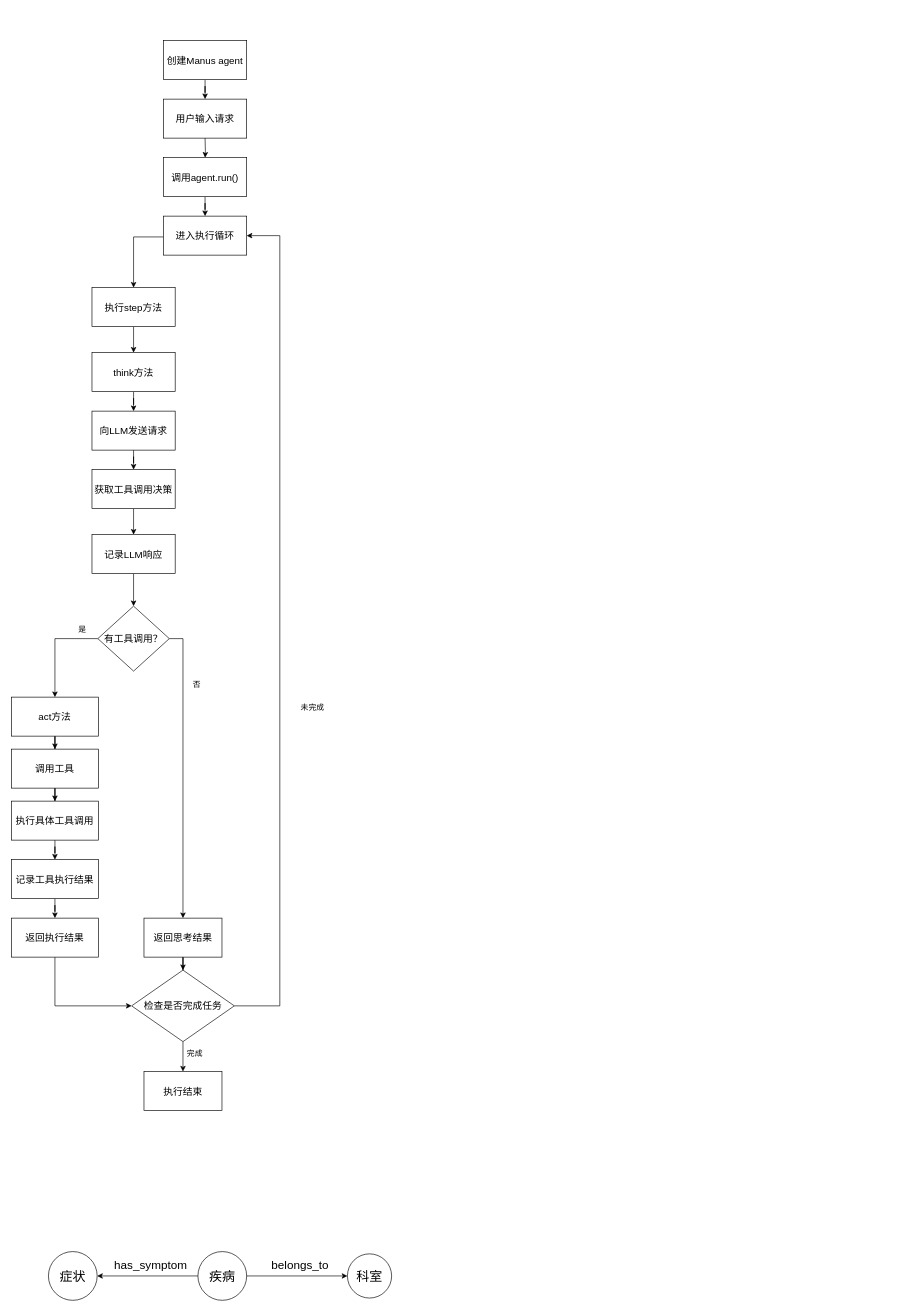
SongyuanC/supermall keeps this draw.io diagram as OpenManus.drawio. Above is the earlier version. Source tidied: cells renumbered, new cells numbered last; positions are measured from the earlier drawing's top-left corner, leaving out a move shared by most shapes. Both pictures are drawn from the tidied source at 65%, with x=0, y=0 at pixel (11, 40).
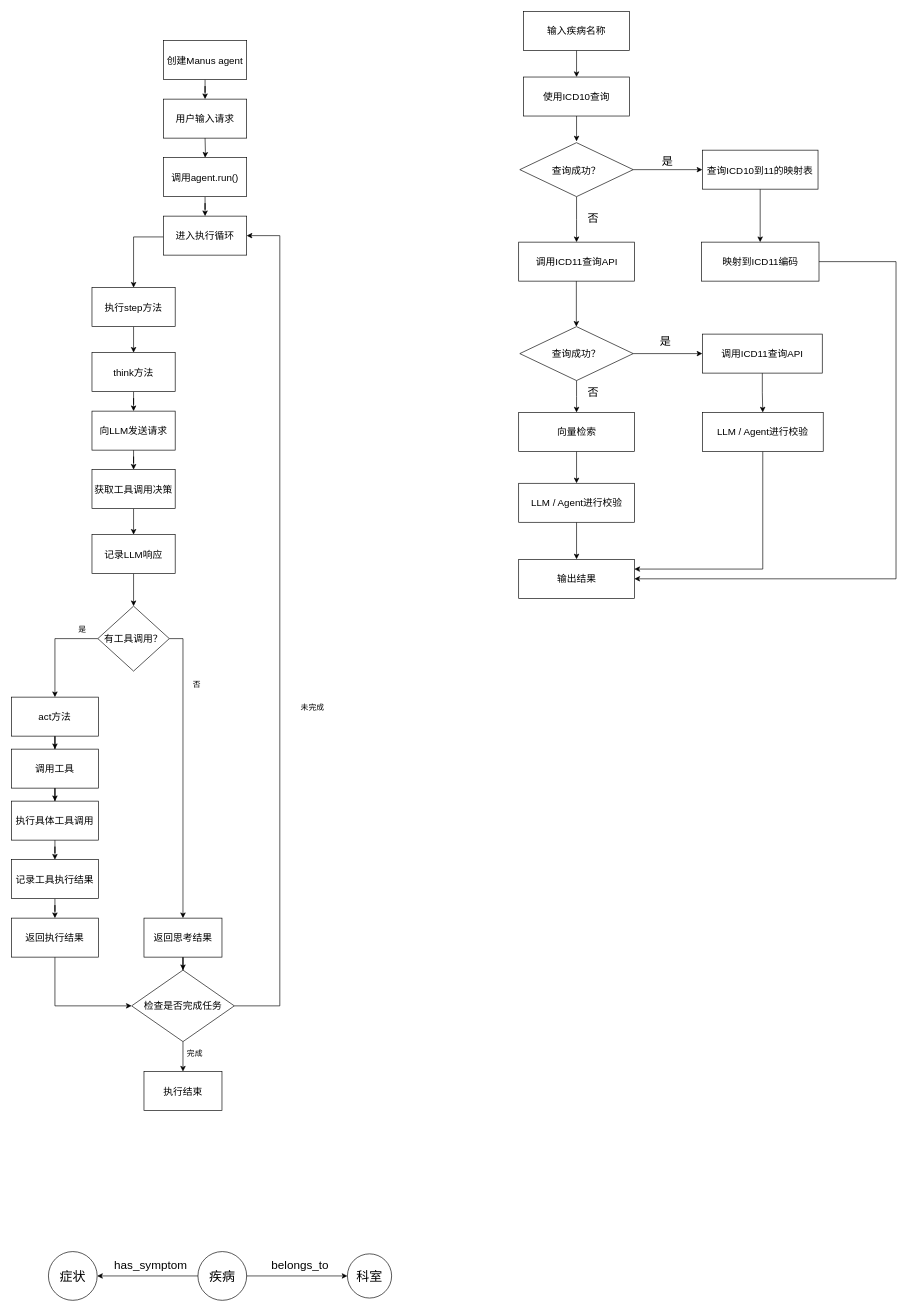
The same page after the edit.

What changed in the source:
```diff
@@
+    <mxCell id="50" style="edgeStyle=orthogonalEdgeStyle;rounded=0;jettySize=auto;html=1;" parent="1" edge="1" source="51">
+      <mxGeometry relative="1" as="geometry">
+        <mxPoint x="869.5" y="155" as="targetPoint" />
+      </mxGeometry>
+    </mxCell>
+    <mxCell id="51" value="使用ICD10查询" style="rounded=0;whiteSpace=wrap;html=1;fontSize=15;" parent="1" vertex="1">
+      <mxGeometry x="788" y="56" width="163" height="60" as="geometry" />
+    </mxCell>
+    <mxCell id="52" style="edgeStyle=orthogonalEdgeStyle;rounded=0;jettySize=auto;html=1;entryX=0.5;entryY=0;entryDx=0;entryDy=0;" parent="1" edge="1" source="54" target="59">
+      <mxGeometry relative="1" as="geometry" />
+    </mxCell>
+    <mxCell id="53" style="edgeStyle=orthogonalEdgeStyle;rounded=0;jettySize=auto;html=1;" parent="1" edge="1" source="54" target="57">
+      <mxGeometry relative="1" as="geometry" />
+    </mxCell>
+    <mxCell id="54" value="查询成功？" style="rhombus;whiteSpace=wrap;html=1;fontSize=15;" parent="1" vertex="1">
+      <mxGeometry x="782.2" y="157" width="174.5" height="83" as="geometry" />
+    </mxCell>
+    <mxCell id="55" style="edgeStyle=orthogonalEdgeStyle;rounded=0;jettySize=auto;html=1;" parent="1" edge="1" source="57" target="58">
+      <mxGeometry relative="1" as="geometry" />
+    </mxCell>
+    <mxCell id="56" style="edgeStyle=orthogonalEdgeStyle;rounded=0;jettySize=auto;html=1;entryX=1;entryY=0.5;entryDx=0;entryDy=0;exitX=1;exitY=0.5;exitDx=0;exitDy=0;" parent="1" edge="1" source="58" target="72">
+      <mxGeometry relative="1" as="geometry">
+        <Array as="points">
+          <mxPoint x="1361" y="340" />
+          <mxPoint x="1361" y="828" />
+        </Array>
+      </mxGeometry>
+    </mxCell>
+    <mxCell id="57" value="查询ICD10到11的映射表" style="rounded=0;whiteSpace=wrap;html=1;fontSize=15;" parent="1" vertex="1">
+      <mxGeometry x="1063" y="168.5" width="178" height="60" as="geometry" />
+    </mxCell>
+    <mxCell id="58" value="映射到ICD11编码" style="rounded=0;whiteSpace=wrap;html=1;fontSize=15;" parent="1" vertex="1">
+      <mxGeometry x="1061.5" y="310" width="181" height="60" as="geometry" />
+    </mxCell>
+    <mxCell id="59" value="调用ICD11查询API" style="rounded=0;whiteSpace=wrap;html=1;fontSize=15;" parent="1" vertex="1">
+      <mxGeometry x="780.5" y="310" width="178" height="60" as="geometry" />
+    </mxCell>
+    <mxCell id="60" style="edgeStyle=orthogonalEdgeStyle;rounded=0;jettySize=auto;html=1;" parent="1" edge="1" source="62" target="65">
+      <mxGeometry relative="1" as="geometry" />
+    </mxCell>
+    <mxCell id="61" style="edgeStyle=orthogonalEdgeStyle;rounded=0;jettySize=auto;html=1;entryX=0.5;entryY=0;entryDx=0;entryDy=0;" parent="1" edge="1" source="62" target="67">
+      <mxGeometry relative="1" as="geometry" />
+    </mxCell>
+    <mxCell id="62" value="查询成功？" style="rhombus;whiteSpace=wrap;html=1;fontSize=15;" parent="1" vertex="1">
+      <mxGeometry x="782.2" y="440" width="174.5" height="83" as="geometry" />
+    </mxCell>
+    <mxCell id="63" style="edgeStyle=orthogonalEdgeStyle;rounded=0;orthogonalLoop=1;jettySize=auto;html=1;entryX=0.5;entryY=0;entryDx=0;entryDy=0;" parent="1" edge="1">
+      <mxGeometry relative="1" as="geometry">
+        <mxPoint x="869.2" y="370" as="sourcePoint" />
+        <mxPoint x="869.2" y="440" as="targetPoint" />
+      </mxGeometry>
+    </mxCell>
+    <mxCell id="64" style="edgeStyle=orthogonalEdgeStyle;rounded=0;jettySize=auto;html=1;" parent="1" edge="1" source="65" target="71">
+      <mxGeometry relative="1" as="geometry" />
+    </mxCell>
+    <mxCell id="65" value="调用ICD11查询API" style="rounded=0;whiteSpace=wrap;html=1;fontSize=15;" parent="1" vertex="1">
+      <mxGeometry x="1063" y="451.5" width="184.5" height="60" as="geometry" />
+    </mxCell>
+    <mxCell id="66" style="edgeStyle=orthogonalEdgeStyle;rounded=0;jettySize=auto;html=1;" parent="1" edge="1" source="67" target="69">
+      <mxGeometry relative="1" as="geometry" />
+    </mxCell>
+    <mxCell id="67" value="向量检索" style="rounded=0;whiteSpace=wrap;html=1;fontSize=15;" parent="1" vertex="1">
+      <mxGeometry x="780.5" y="572" width="178" height="60" as="geometry" />
+    </mxCell>
+    <mxCell id="68" style="edgeStyle=orthogonalEdgeStyle;rounded=0;jettySize=auto;html=1;" parent="1" edge="1" source="69" target="72">
+      <mxGeometry relative="1" as="geometry" />
+    </mxCell>
+    <mxCell id="69" value="LLM / Agent进行校验" style="rounded=0;whiteSpace=wrap;html=1;fontSize=15;" parent="1" vertex="1">
+      <mxGeometry x="780.5" y="681" width="178" height="60" as="geometry" />
+    </mxCell>
+    <mxCell id="70" style="edgeStyle=orthogonalEdgeStyle;rounded=0;jettySize=auto;html=1;entryX=1;entryY=0.25;entryDx=0;entryDy=0;" parent="1" edge="1" source="71" target="72">
+      <mxGeometry relative="1" as="geometry">
+        <Array as="points">
+          <mxPoint x="1156" y="813" />
+        </Array>
+      </mxGeometry>
+    </mxCell>
+    <mxCell id="71" value="LLM / Agent进行校验" style="rounded=0;whiteSpace=wrap;html=1;fontSize=15;" parent="1" vertex="1">
+      <mxGeometry x="1063" y="572" width="186" height="60" as="geometry" />
+    </mxCell>
+    <mxCell id="72" value="输出结果" style="rounded=0;whiteSpace=wrap;html=1;fontSize=15;" parent="1" vertex="1">
+      <mxGeometry x="780.5" y="798" width="178" height="60" as="geometry" />
+    </mxCell>
+    <mxCell id="73" value="是" style="text;html=1;align=center;verticalAlign=middle;strokeColor=none;fillColor=none;fontSize=17;" parent="1" vertex="1">
+      <mxGeometry x="991" y="171" width="35" height="32" as="geometry" />
+    </mxCell>
+    <mxCell id="74" value="是" style="text;html=1;align=center;verticalAlign=middle;strokeColor=none;fillColor=none;fontSize=17;" parent="1" vertex="1">
+      <mxGeometry x="988" y="448" width="35" height="32" as="geometry" />
+    </mxCell>
+    <mxCell id="75" value="否" style="text;html=1;align=center;verticalAlign=middle;strokeColor=none;fillColor=none;fontSize=17;" parent="1" vertex="1">
+      <mxGeometry x="877" y="258" width="35" height="32" as="geometry" />
+    </mxCell>
+    <mxCell id="76" value="否" style="text;html=1;align=center;verticalAlign=middle;strokeColor=none;fillColor=none;fontSize=17;" parent="1" vertex="1">
+      <mxGeometry x="877" y="527" width="35" height="32" as="geometry" />
+    </mxCell>
+    <mxCell id="77" style="edgeStyle=orthogonalEdgeStyle;rounded=0;jettySize=auto;html=1;entryX=0.5;entryY=0;entryDx=0;entryDy=0;" parent="1" edge="1" source="78" target="51">
+      <mxGeometry relative="1" as="geometry" />
+    </mxCell>
+    <mxCell id="78" value="输入疾病名称" style="rounded=0;whiteSpace=wrap;html=1;fontSize=15;" parent="1" vertex="1">
+      <mxGeometry x="788" y="-45" width="163" height="60" as="geometry" />
+    </mxCell>
```
